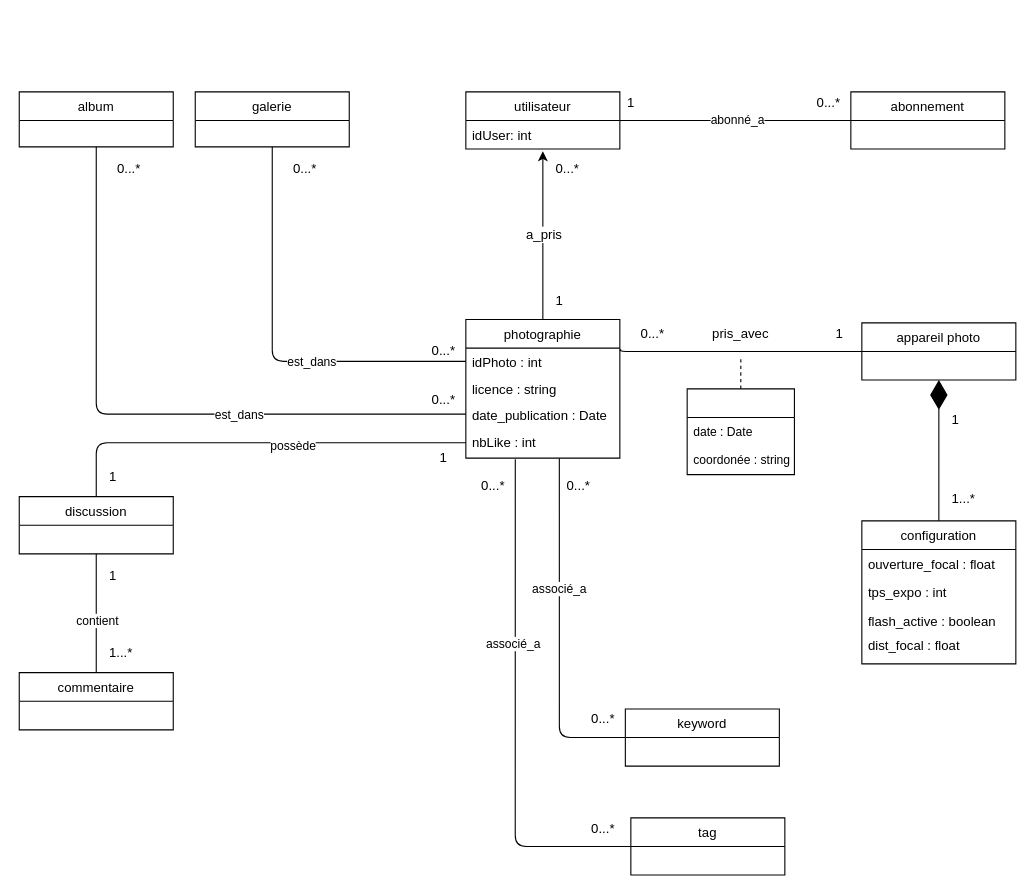
Above: page "old" (2 of 2) of HMIN122M/td/td1/flickr.drawio in DocAmaroo/M1Aigle (draw.io), before the change. Source tidied: cells renumbered, new cells numbered last; positions are measured from the earlier drawing's top-left corner, leaving out a move shared by most shapes. Both pictures are drawn from the tidied source at 110%, with x=0, y=0 at pixel (19, 91).
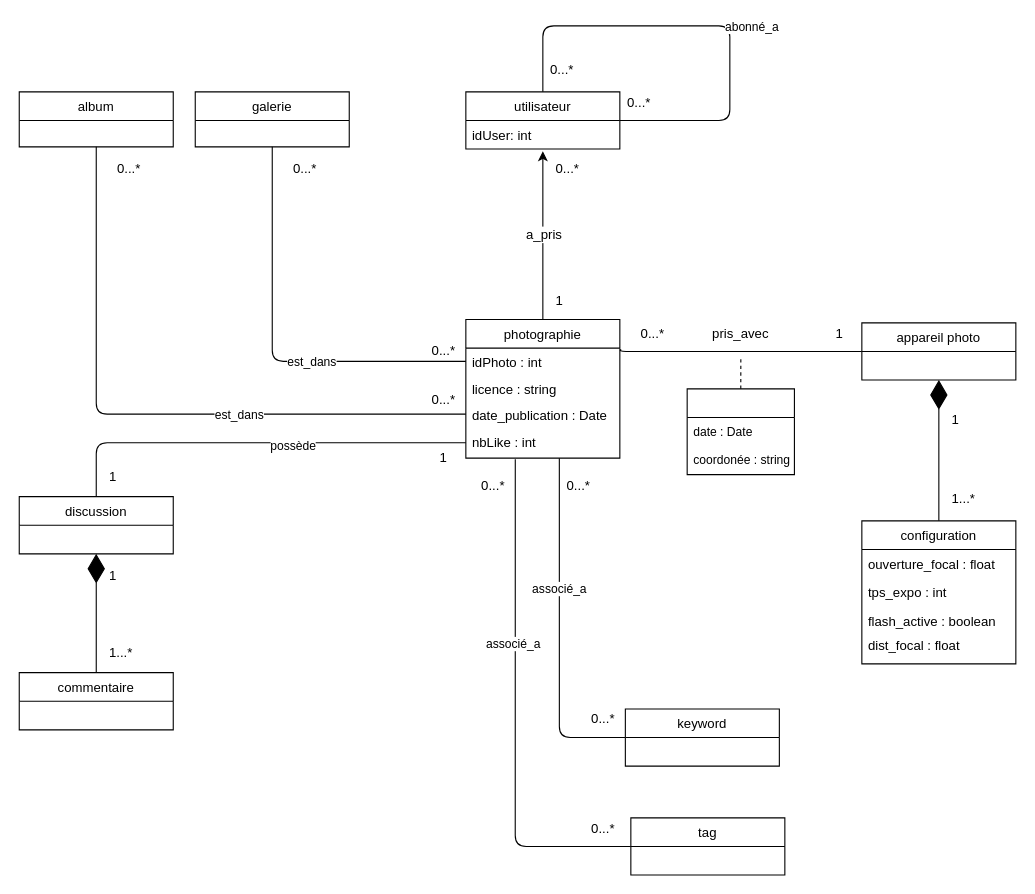
Above is the later version.

The change refers to these unchanged cells:
```xml
<mxCell id="48" value="utilisateur" style="swimlane;fontStyle=0;horizontal=1;startSize=26;fillColor=none;fontSize=12;" parent="1" vertex="1">
  <mxGeometry x="406" width="140" height="52" as="geometry" />
</mxCell>
<mxCell id="52" value="discussion" style="swimlane;fontStyle=0;horizontal=1;startSize=26;fillColor=none;rounded=0;sketch=0;align=center;html=0;" parent="1" vertex="1">
  <mxGeometry y="368" width="140" height="52" as="geometry" />
</mxCell>
<mxCell id="53" value="commentaire" style="swimlane;fontStyle=0;horizontal=1;startSize=26;fillColor=none;rounded=0;sketch=0;align=center;html=0;" parent="1" vertex="1">
  <mxGeometry y="528" width="140" height="52" as="geometry" />
</mxCell>
```

Diff of the diagram source:
```diff
@@
-    <mxCell id="54" style="endArrow=none;html=1;exitX=0.5;exitY=1;exitDx=0;exitDy=0;entryX=0.5;entryY=0;entryDx=0;entryDy=0;" parent="1" edge="1" source="52" target="53">
-      <mxGeometry relative="1" as="geometry" />
-    </mxCell>
-    <mxCell id="55" value="contient" style="edgeLabel;html=1;align=center;verticalAlign=middle;" parent="54" vertex="1">
-      <mxGeometry x="0.22" relative="1" as="geometry">
-        <mxPoint y="-6" as="offset" />
-      </mxGeometry>
-    </mxCell>
@@
-    <mxCell id="60" style="edgeStyle=orthogonalEdgeStyle;curved=0;rounded=1;sketch=0;jettySize=auto;html=1;entryX=1;entryY=0.5;entryDx=0;entryDy=0;endArrow=none;endFill=0;" parent="1" edge="1" source="62" target="48">
-      <mxGeometry relative="1" as="geometry" />
+    <mxCell id="60" style="edgeStyle=orthogonalEdgeStyle;curved=0;rounded=1;sketch=0;orthogonalLoop=1;jettySize=auto;html=1;entryX=1;entryY=0.5;entryDx=0;entryDy=0;endArrow=none;endFill=0;exitX=0.5;exitY=0;exitDx=0;exitDy=0;" parent="1" edge="1" source="48" target="48">
+      <mxGeometry relative="1" as="geometry">
+        <Array as="points">
+          <mxPoint x="476" y="-60" />
+          <mxPoint x="646" y="-60" />
+          <mxPoint x="646" y="26" />
+        </Array>
+      </mxGeometry>
     </mxCell>
@@
-    <mxCell id="62" value="abonnement" style="swimlane;fontStyle=0;horizontal=1;startSize=26;fillColor=none;rounded=0;sketch=0;align=center;html=0;" parent="1" vertex="1">
-      <mxGeometry x="756" width="140" height="52" as="geometry" />
-    </mxCell>
+    <mxCell id="64" value="0...*" style="text;html=1;strokeColor=none;fillColor=none;align=left;verticalAlign=middle;whiteSpace=wrap;fontSize=12;" parent="1" vertex="1">
+      <mxGeometry x="551" width="35" height="20" as="geometry" />
+    </mxCell>
-    <mxCell id="63" value="0...*" style="text;html=1;strokeColor=none;fillColor=none;align=center;verticalAlign=middle;whiteSpace=wrap;fontSize=12;" parent="1" vertex="1">
-      <mxGeometry x="716" width="40" height="20" as="geometry" />
+    <mxCell id="63" value="0...*" style="text;html=1;strokeColor=none;fillColor=none;align=left;verticalAlign=middle;whiteSpace=wrap;fontSize=12;" parent="1" vertex="1">
+      <mxGeometry x="481" y="-30" width="35" height="20" as="geometry" />
     </mxCell>
-    <mxCell id="64" value="1" style="text;html=1;strokeColor=none;fillColor=none;align=left;verticalAlign=middle;whiteSpace=wrap;fontSize=12;" parent="1" vertex="1">
-      <mxGeometry x="551" width="35" height="20" as="geometry" />
-    </mxCell>
+    <mxCell id="65" style="endArrow=diamondThin;endFill=1;endSize=24;html=1;exitX=0.5;exitY=0;exitDx=0;exitDy=0;entryX=0.5;entryY=1;entryDx=0;entryDy=0;" parent="1" edge="1" source="53" target="52">
+      <mxGeometry relative="1" as="geometry" />
+    </mxCell>
```
